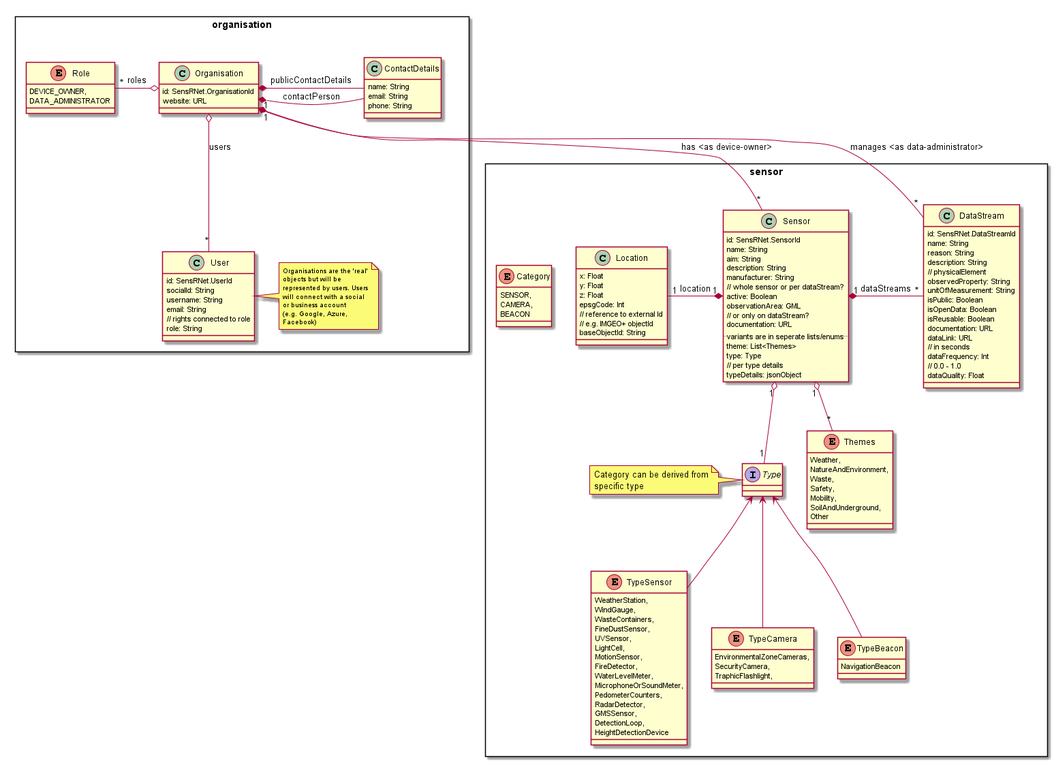
This is images/SensRNet-UML-Model.png from kadaster-labs/sensrnet-home, a PlantUML export, as it was before one commit.
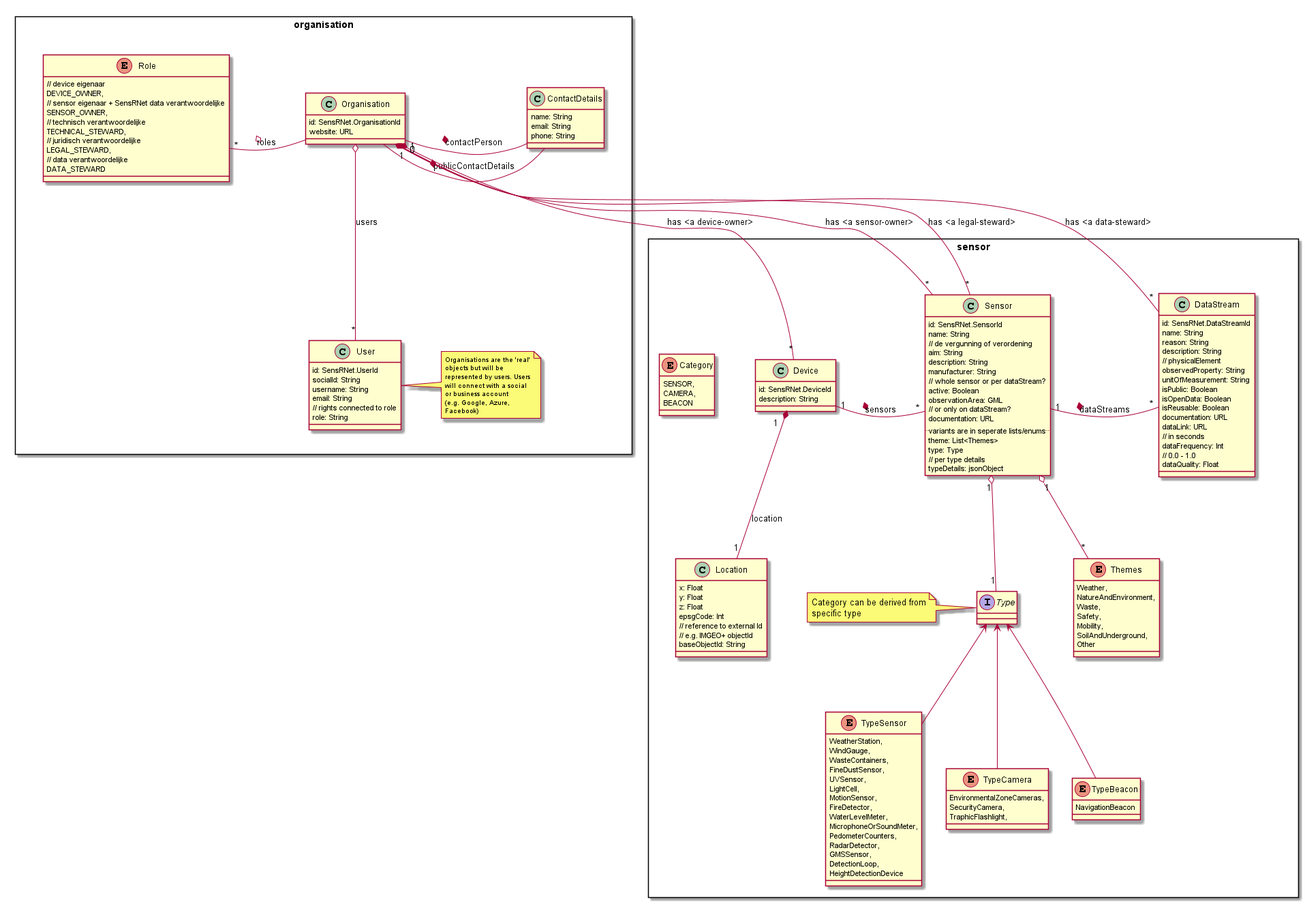
Later version of the same file.

Commit message:
organisation roles with owners and stewards

What changed in the source:
```diff
@@ -18,8 +18,16 @@
     }
 
     enum Role {
+        // device eigenaar
         DEVICE_OWNER,
-        DATA_ADMINISTRATOR
+        // sensor eigenaar + SensRNet data verantwoordelijke
+        SENSOR_OWNER,
+        // technisch verantwoordelijke
+        TECHNICAL_STEWARD,
+        // juridisch verantwoordelijke
+        LEGAL_STEWARD,
+        // data verantwoordelijke
+        DATA_STEWARD
     }
 
     class User {
@@ -47,9 +55,16 @@
 
 package sensor <<Rectangle>> {
     together {
+
+        class Device {
+            id: SensRNet.DeviceId
+            description: String
+        }
+
         class Sensor {
             id: SensRNet.SensorId
             name: String
+            // de vergunning of verordening
             aim: String
             description: String
             manufacturer: String
@@ -147,7 +162,8 @@
         baseObjectId: String
     }
 
-    Sensor "1" *- "1" Location : location
+    Device "1" *-- "1" Location : location
+    Device "1" *- "*" Sensor : sensors
     Sensor "1" *- "*" DataStream : dataStreams
 
     Sensor "1" o-- "*" Themes
@@ -157,7 +173,9 @@
     Type <-- TypeCamera
 }
 
-Organisation "1" *-- "*" Sensor : has <as device-owner>
-Organisation "1" *-- "*" DataStream : manages <as data-administrator>
+Organisation "1" *-- "*" Device : has <a device-owner>
+Organisation "1" *-- "*" Sensor : has <a sensor-owner>
+Organisation "0" *-- "*" Sensor : has <a legal-steward>
+Organisation "0" *-- "*" DataStream : has <a data-steward>
 
 @enduml
```
